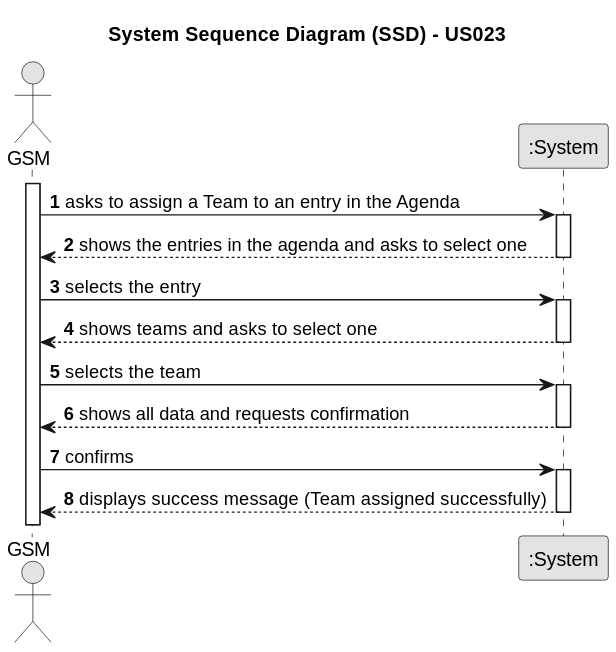
ricardomm7/leaflink keeps this PlantUML diagram as docs/sprintC/us023/01.requirements-engineering/svg/us023-system-sequence-diagram-alternative-one.svg. Above is the earlier version. The source it was exported from:
```plantuml
@startuml
skinparam monochrome true
skinparam packageStyle rectangle
skinparam shadowing false

title System Sequence Diagram (SSD) - US023

autonumber

actor "GSM" as GSM
participant ":System" as System

activate GSM

    GSM -> System : asks to assign a Team to an entry in the Agenda
    activate System

        System --> GSM : shows the entries in the agenda and asks to select one

    deactivate System

    GSM -> System : selects the entry

    activate System

        System --> GSM : shows teams and asks to select one
    deactivate System

    GSM -> System : selects the team
    activate System

        System --> GSM : shows all data and requests confirmation
    deactivate System

    GSM -> System : confirms
    activate System

        System --> GSM :  displays success message (Team assigned successfully)
    deactivate System
@enduml
```
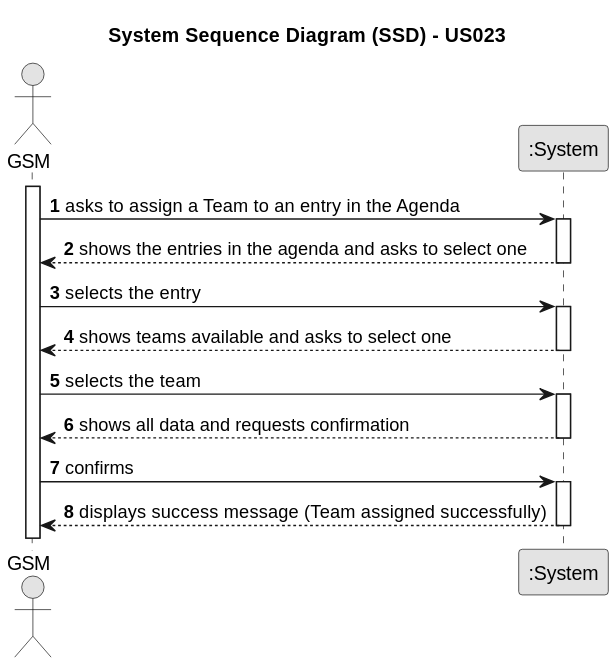
The same diagram one commit later.

Diff of the diagram source:
```diff
@@ -23,7 +23,7 @@
 
     activate System
 
-        System --> GSM : shows teams and asks to select one
+        System --> GSM : shows teams available and asks to select one
     deactivate System
 
     GSM -> System : selects the team
```
